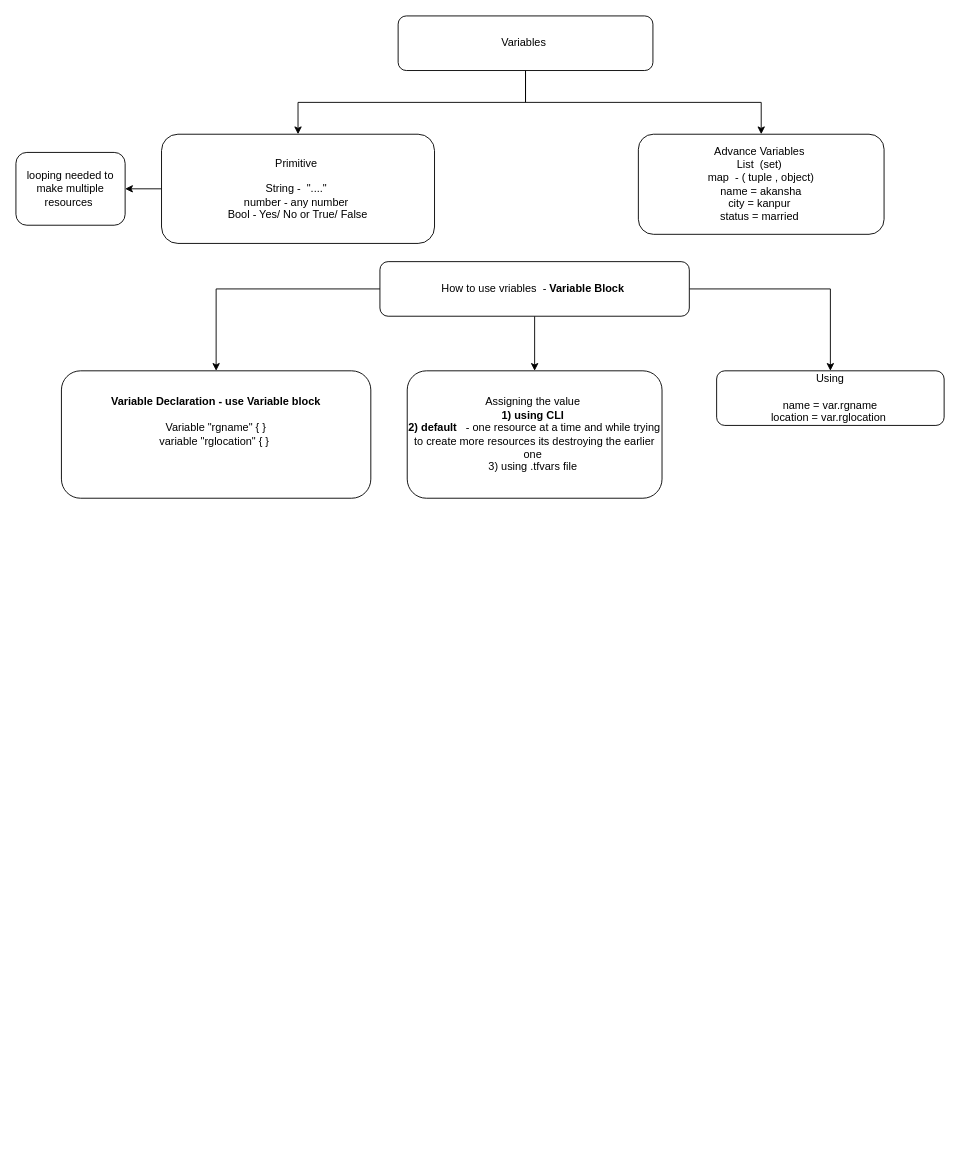
The draw.io diagram Untitled Diagram.drawio in akanshaverma2701-wq/Notes, before the edit. Source tidied: cells renumbered, new cells numbered last; positions are measured from the earlier drawing's top-left corner, leaving out a move shared by most shapes. Both pictures are drawn from the tidied source at 91%, with x=0, y=0 at pixel (15, 15).
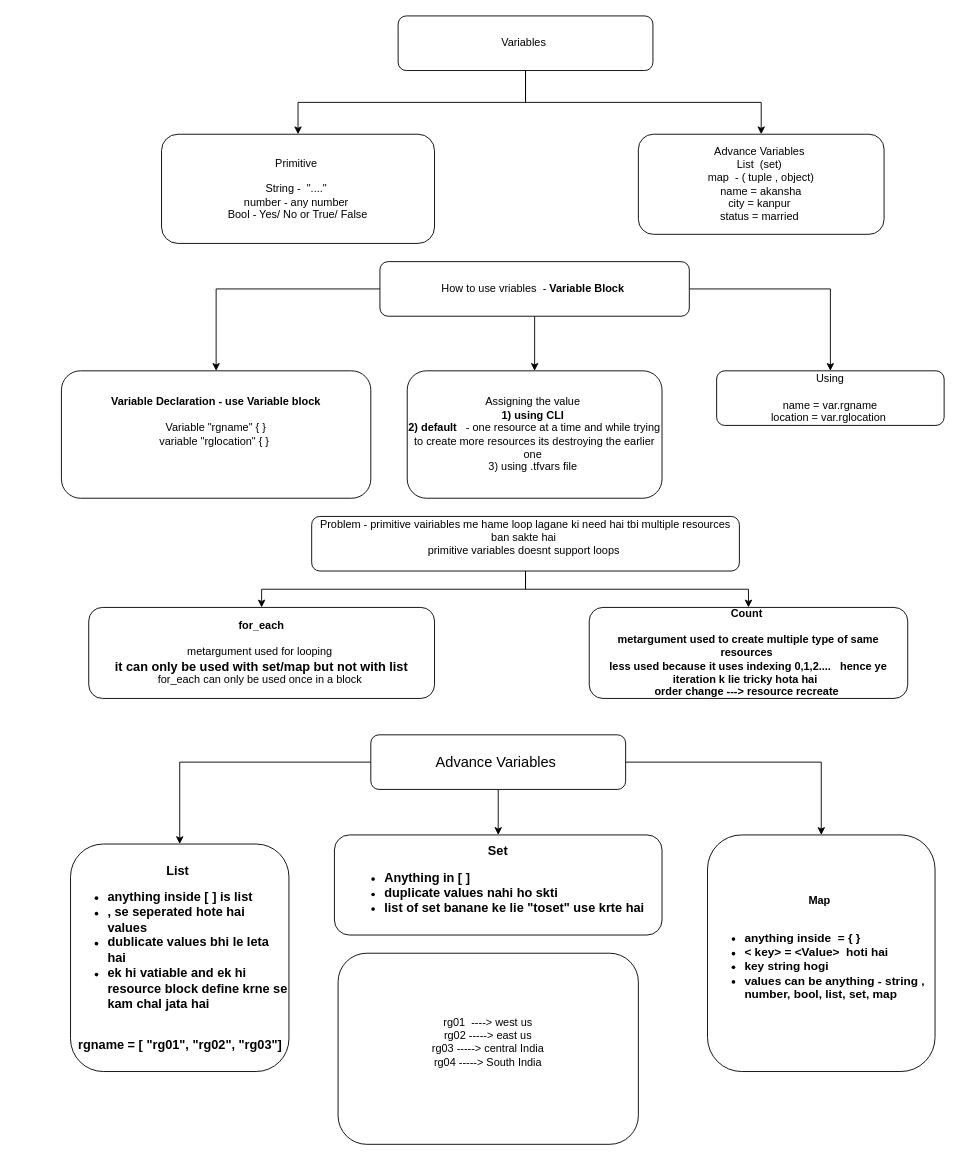
The same diagram, later.

The change refers to these unchanged cells:
```xml
<mxCell id="7" value="Primitive&amp;nbsp;&lt;div&gt;&lt;br&gt;&lt;/div&gt;&lt;div&gt;String -&amp;nbsp; &quot;....&quot;&amp;nbsp;&lt;/div&gt;&lt;div&gt;number - any number&amp;nbsp;&lt;/div&gt;&lt;div&gt;Bool - Yes/ No or True/ False&lt;/div&gt;" style="rounded=1;whiteSpace=wrap;html=1;" parent="1" vertex="1">
  <mxGeometry x="160" y="130" width="300" height="120" as="geometry" />
</mxCell>
```

What changed in the source:
```diff
@@
-    <mxCell id="6" style="edgeStyle=orthogonalEdgeStyle;rounded=0;jettySize=auto;html=1;" parent="1" edge="1" source="7" target="15">
-      <mxGeometry relative="1" as="geometry" />
-    </mxCell>
@@
-    <mxCell id="15" value="looping needed to make multiple resources&amp;nbsp;" style="whiteSpace=wrap;html=1;rounded=1;" parent="1" vertex="1">
-      <mxGeometry y="150" width="120" height="80" as="geometry" />
-    </mxCell>
+    <mxCell id="16" style="edgeStyle=orthogonalEdgeStyle;rounded=0;jettySize=auto;html=1;" parent="1" edge="1" source="18" target="19">
+      <mxGeometry relative="1" as="geometry" />
+    </mxCell>
+    <mxCell id="17" style="edgeStyle=orthogonalEdgeStyle;rounded=0;jettySize=auto;html=1;" parent="1" edge="1" source="18" target="20">
+      <mxGeometry relative="1" as="geometry" />
+    </mxCell>
+    <mxCell id="18" value="Problem - primitive vairiables me hame loop lagane ki need hai tbi multiple resources ban sakte hai&amp;nbsp;&lt;div&gt;primitive variables doesnt support loops&amp;nbsp;&lt;/div&gt;&lt;div&gt;&lt;br&gt;&lt;/div&gt;" style="rounded=1;whiteSpace=wrap;html=1;" parent="1" vertex="1">
+      <mxGeometry x="325" y="550" width="470" height="60" as="geometry" />
+    </mxCell>
+    <mxCell id="19" value="&lt;b&gt;for_each&lt;/b&gt;&lt;div&gt;&lt;b&gt;&lt;br&gt;&lt;/b&gt;&lt;/div&gt;&lt;div&gt;metargument used for looping&amp;nbsp;&lt;/div&gt;&lt;div&gt;&lt;b&gt;&lt;font style=&quot;font-size: 14px;&quot;&gt;it can only be used with set/map but not with list&lt;/font&gt;&lt;/b&gt;&lt;/div&gt;&lt;div&gt;for_each can only be used once in a block&amp;nbsp;&lt;/div&gt;" style="whiteSpace=wrap;html=1;rounded=1;" parent="1" vertex="1">
+      <mxGeometry x="80" y="650" width="380" height="100" as="geometry" />
+    </mxCell>
+    <mxCell id="20" value="&lt;b&gt;Count&amp;nbsp;&lt;/b&gt;&lt;div&gt;&lt;b&gt;&lt;br&gt;&lt;/b&gt;&lt;/div&gt;&lt;div&gt;&lt;b&gt;metargument used to create multiple type of same resources&amp;nbsp;&lt;/b&gt;&lt;/div&gt;&lt;div&gt;&lt;b&gt;less used because it uses indexing 0,1,2....&amp;nbsp; &amp;nbsp;hence ye iteration k lie tricky hota hai&amp;nbsp;&amp;nbsp;&lt;/b&gt;&lt;/div&gt;&lt;div&gt;&lt;b&gt;order change ---&amp;gt; resource recreate&amp;nbsp;&lt;/b&gt;&lt;/div&gt;" style="whiteSpace=wrap;html=1;rounded=1;" parent="1" vertex="1">
+      <mxGeometry x="630" y="650" width="350" height="100" as="geometry" />
+    </mxCell>
+    <mxCell id="21" style="edgeStyle=orthogonalEdgeStyle;rounded=0;jettySize=auto;html=1;" parent="1" edge="1" source="24" target="25">
+      <mxGeometry relative="1" as="geometry" />
+    </mxCell>
+    <mxCell id="22" style="edgeStyle=orthogonalEdgeStyle;rounded=0;jettySize=auto;html=1;" parent="1" edge="1" source="24" target="26">
+      <mxGeometry relative="1" as="geometry" />
+    </mxCell>
+    <mxCell id="23" style="edgeStyle=orthogonalEdgeStyle;rounded=0;jettySize=auto;html=1;" parent="1" edge="1" source="24" target="27">
+      <mxGeometry relative="1" as="geometry" />
+    </mxCell>
+    <mxCell id="24" value="&lt;font style=&quot;font-size: 16px;&quot;&gt;Advance Variables&amp;nbsp;&lt;/font&gt;" style="rounded=1;whiteSpace=wrap;html=1;" parent="1" vertex="1">
+      <mxGeometry x="390" y="790" width="280" height="60" as="geometry" />
+    </mxCell>
+    <mxCell id="25" value="&lt;b&gt;&lt;font style=&quot;font-size: 14px;&quot;&gt;List&amp;nbsp;&lt;/font&gt;&lt;/b&gt;&lt;div style=&quot;text-align: left;&quot;&gt;&lt;ul&gt;&lt;li&gt;&lt;b&gt;&lt;font style=&quot;font-size: 14px;&quot;&gt;anything inside [ ] is list&amp;nbsp;&lt;/font&gt;&lt;/b&gt;&lt;/li&gt;&lt;li&gt;&lt;b&gt;&lt;font style=&quot;font-size: 14px;&quot;&gt;, se seperated hote hai values&amp;nbsp;&lt;/font&gt;&lt;/b&gt;&lt;/li&gt;&lt;li&gt;&lt;b&gt;&lt;font style=&quot;font-size: 14px;&quot;&gt;dublicate values bhi le leta hai&amp;nbsp;&lt;/font&gt;&lt;/b&gt;&lt;/li&gt;&lt;li&gt;&lt;span style=&quot;font-size: 14px;&quot;&gt;&lt;b&gt;ek hi vatiable and ek hi resource block define krne se kam chal jata hai&amp;nbsp;&lt;/b&gt;&lt;/span&gt;&lt;/li&gt;&lt;/ul&gt;&lt;div&gt;&lt;span style=&quot;font-size: 14px;&quot;&gt;&lt;b&gt;&lt;br&gt;&lt;/b&gt;&lt;/span&gt;&lt;/div&gt;&lt;div&gt;&lt;span style=&quot;font-size: 14px;&quot;&gt;&lt;b&gt;&amp;nbsp; rgname = [ &quot;rg01&quot;, &quot;rg02&quot;, &quot;rg03&quot;]&lt;/b&gt;&lt;/span&gt;&lt;/div&gt;&lt;/div&gt;" style="whiteSpace=wrap;html=1;rounded=1;align=center;" parent="1" vertex="1">
+      <mxGeometry x="60" y="910" width="240" height="250" as="geometry" />
+    </mxCell>
+    <mxCell id="26" value="&lt;font style=&quot;font-size: 14px;&quot;&gt;&lt;b style=&quot;&quot;&gt;Set&lt;/b&gt;&lt;/font&gt;&lt;div&gt;&lt;ul&gt;&lt;li style=&quot;text-align: left;&quot;&gt;&lt;font style=&quot;font-size: 14px;&quot;&gt;&lt;b style=&quot;&quot;&gt;Anything in [ ]&amp;nbsp;&lt;/b&gt;&lt;/font&gt;&lt;/li&gt;&lt;li style=&quot;text-align: left;&quot;&gt;&lt;font style=&quot;font-size: 14px;&quot;&gt;&lt;b style=&quot;&quot;&gt;duplicate values nahi ho skti&amp;nbsp;&lt;/b&gt;&lt;/font&gt;&lt;/li&gt;&lt;li style=&quot;text-align: left;&quot;&gt;&lt;font style=&quot;font-size: 14px;&quot;&gt;&lt;b style=&quot;&quot;&gt;list of set banane ke lie &quot;toset&quot; use krte hai&amp;nbsp;&lt;/b&gt;&lt;/font&gt;&lt;/li&gt;&lt;/ul&gt;&lt;/div&gt;" style="whiteSpace=wrap;html=1;rounded=1;" parent="1" vertex="1">
+      <mxGeometry x="350" y="900" width="360" height="110" as="geometry" />
+    </mxCell>
+    <mxCell id="27" value="&lt;b&gt;Map&amp;nbsp;&lt;/b&gt;&lt;div&gt;&lt;b&gt;&lt;br&gt;&lt;/b&gt;&lt;/div&gt;&lt;div style=&quot;&quot;&gt;&lt;ul&gt;&lt;li style=&quot;text-align: left;&quot;&gt;&lt;b&gt;&lt;font style=&quot;font-size: 13px;&quot;&gt;anything inside&amp;nbsp; = { }&amp;nbsp;&lt;/font&gt;&lt;/b&gt;&lt;/li&gt;&lt;li style=&quot;text-align: left;&quot;&gt;&lt;b&gt;&lt;font style=&quot;font-size: 13px;&quot;&gt;&amp;lt; key&amp;gt; = &amp;lt;Value&amp;gt;&amp;nbsp; hoti hai&amp;nbsp;&lt;/font&gt;&lt;/b&gt;&lt;/li&gt;&lt;li style=&quot;text-align: left;&quot;&gt;&lt;b&gt;&lt;font style=&quot;font-size: 13px;&quot;&gt;key string hogi&amp;nbsp;&lt;/font&gt;&lt;/b&gt;&lt;/li&gt;&lt;li style=&quot;text-align: left;&quot;&gt;&lt;b&gt;&lt;font style=&quot;font-size: 13px;&quot;&gt;values can be anything - string , number, bool, list, set, map&amp;nbsp;&lt;/font&gt;&lt;/b&gt;&lt;/li&gt;&lt;/ul&gt;&lt;/div&gt;" style="whiteSpace=wrap;html=1;rounded=1;align=center;" parent="1" vertex="1">
+      <mxGeometry x="760" y="900" width="250" height="260" as="geometry" />
+    </mxCell>
+    <mxCell id="28" value="rg01&amp;nbsp; ----&amp;gt; west us&lt;div&gt;rg02 -----&amp;gt; east us&lt;/div&gt;&lt;div&gt;rg03 -----&amp;gt; central India&lt;/div&gt;&lt;div&gt;rg04 -----&amp;gt; South India&lt;/div&gt;&lt;div&gt;&lt;br&gt;&lt;/div&gt;" style="rounded=1;whiteSpace=wrap;html=1;" parent="1" vertex="1">
+      <mxGeometry x="354" y="1030" width="330" height="210" as="geometry" />
+    </mxCell>
```
